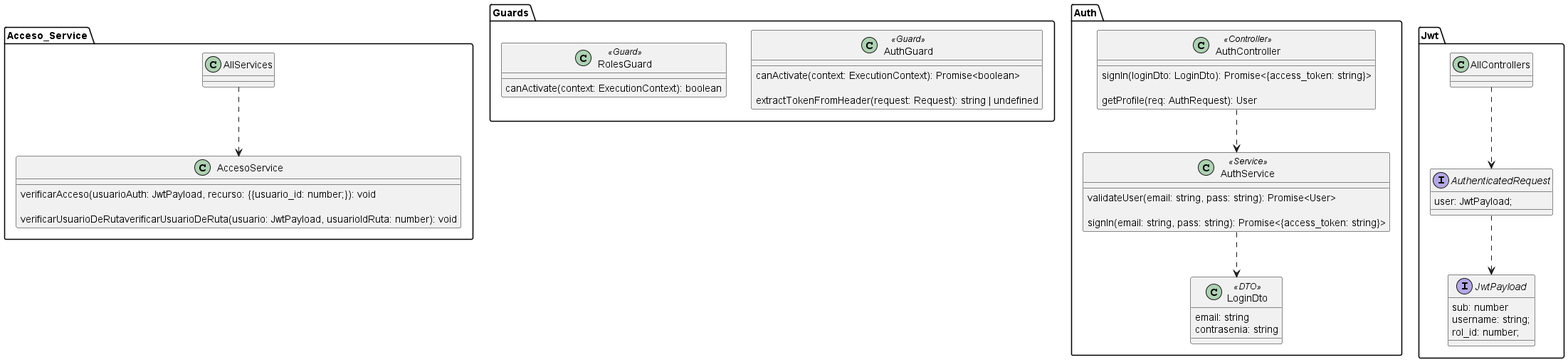
fedef1982/2025-TUP-Prog3-TP-Grupo2 keeps this PlantUML diagram as DiagramaGenerado/documentacion/diagramas/Diagramas de clases/diagrama_clase_auth+Acceso+QueryDto/AdoptAR.png. Above is the earlier version. Source of this version:
```plantuml
@startuml AdoptAR

skinparam Linetype ortho

package Acceso_Service{

    class AllServices {

    }

    class AccesoService{

    verificarAcceso(usuarioAuth: JwtPayload, recurso: {{usuario_id: number;}): void

    verificarUsuarioDeRutaverificarUsuarioDeRuta(usuario: JwtPayload, usuarioIdRuta: number): void

    }

}

package Guards {
    class AuthGuard <<Guard>> {

        canActivate(context: ExecutionContext): Promise<boolean>

        extractTokenFromHeader(request: Request): string | undefined
    }

    class RolesGuard <<Guard>> {

        canActivate(context: ExecutionContext): boolean
    }
}

package Auth {

    class AuthService <<Service>> {
        validateUser(email: string, pass: string): Promise<User>

        signIn(email: string, pass: string): Promise<{access_token: string}>

    }

    class AuthController <<Controller>> {

        signIn(loginDto: LoginDto): Promise<{access_token: string}>

        getProfile(req: AuthRequest): User
    }

    class LoginDto <<DTO>> {
    email: string
    contrasenia: string
    }
}

package Jwt {

    class AllControllers{

    }

    interface JwtPayload {
        sub: number
        username: string;
        rol_id: number;
    }

    interface AuthenticatedRequest {
        user: JwtPayload;
    }
}





AuthController ..> AuthService
AuthService ..> LoginDto

AuthenticatedRequest ..> JwtPayload

AllServices ..> AccesoService
AllControllers ..> AuthenticatedRequest

@enduml
```
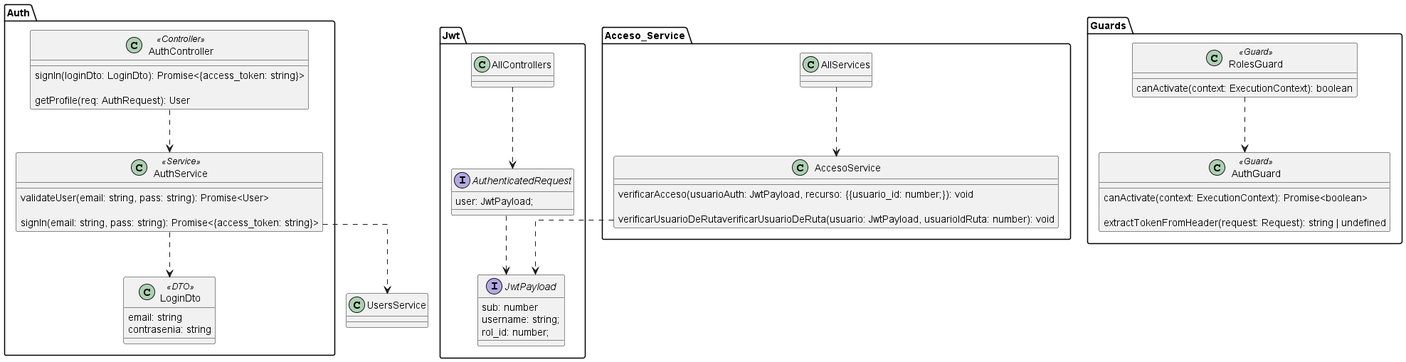
Above is the later version.

What changed in the source:
```diff
@@ -1,6 +1,23 @@
 @startuml AdoptAR
 
 skinparam Linetype ortho
+
+package Jwt {
+
+    class AllControllers{
+
+    }
+
+    interface JwtPayload {
+        sub: number
+        username: string;
+        rol_id: number;
+    }
+
+    interface AuthenticatedRequest {
+        user: JwtPayload;
+    }
+}
 
 package Acceso_Service{
 
@@ -54,33 +71,19 @@
     }
 }
 
-package Jwt {
-
-    class AllControllers{
-
-    }
-
-    interface JwtPayload {
-        sub: number
-        username: string;
-        rol_id: number;
-    }
-
-    interface AuthenticatedRequest {
-        user: JwtPayload;
-    }
-}
-
 
 
 
 
 AuthController ..> AuthService
 AuthService ..> LoginDto
+AuthService ..> UsersService
 
 AuthenticatedRequest ..> JwtPayload
 
 AllServices ..> AccesoService
 AllControllers ..> AuthenticatedRequest
+AccesoService ..> JwtPayload
 
+RolesGuard ..> AuthGuard
 @enduml
```
